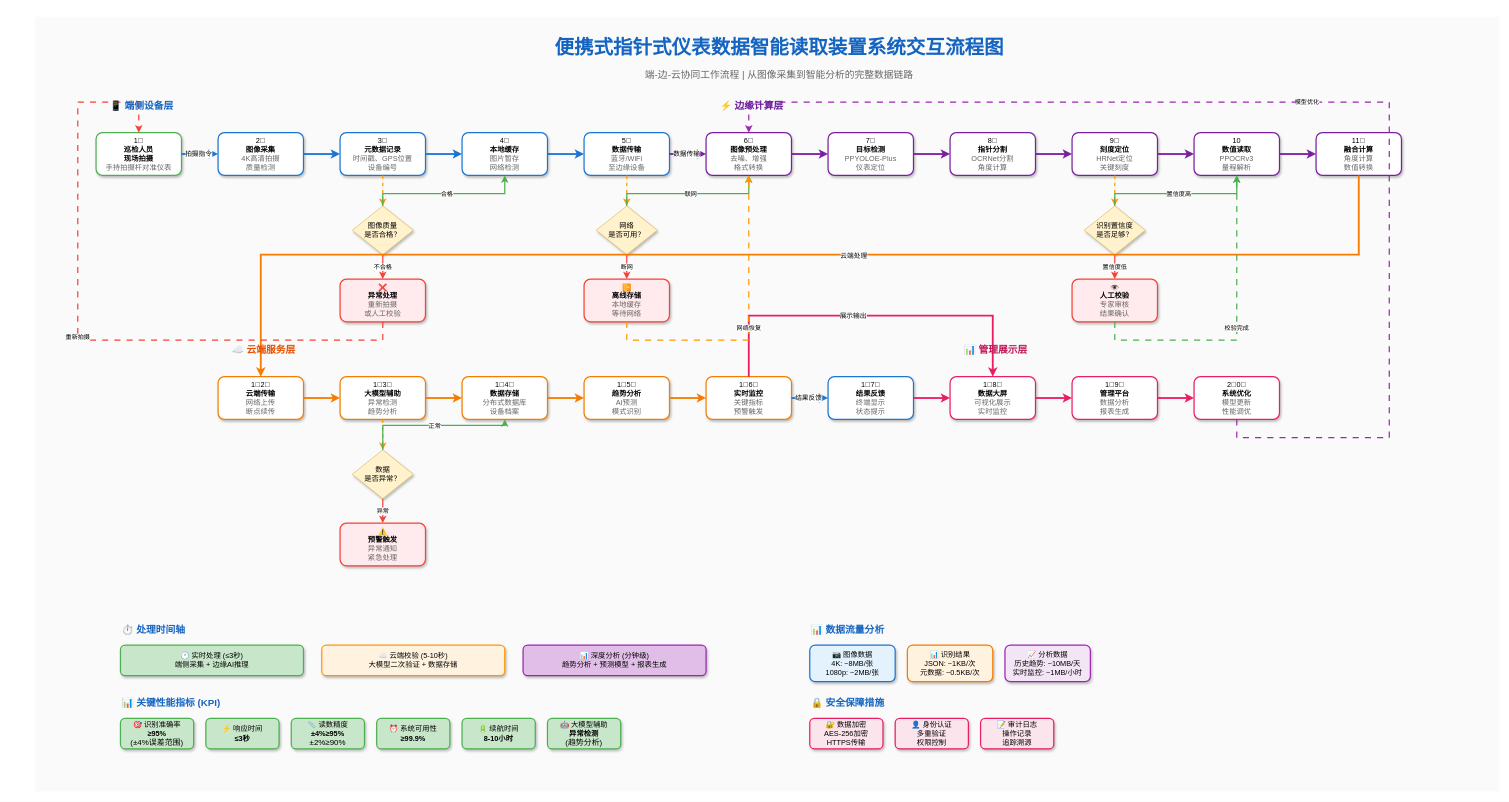
The draw.io diagram draw/system_interaction_flowchart.drawio in aigc-open/ocr-design, before the edit. Source tidied: cells renumbered, new cells numbered last; positions are measured from the earlier drawing's top-left corner, leaving out a move shared by most shapes. Both pictures are drawn from the tidied source at 61%, with x=0, y=0 at pixel (35, 16).
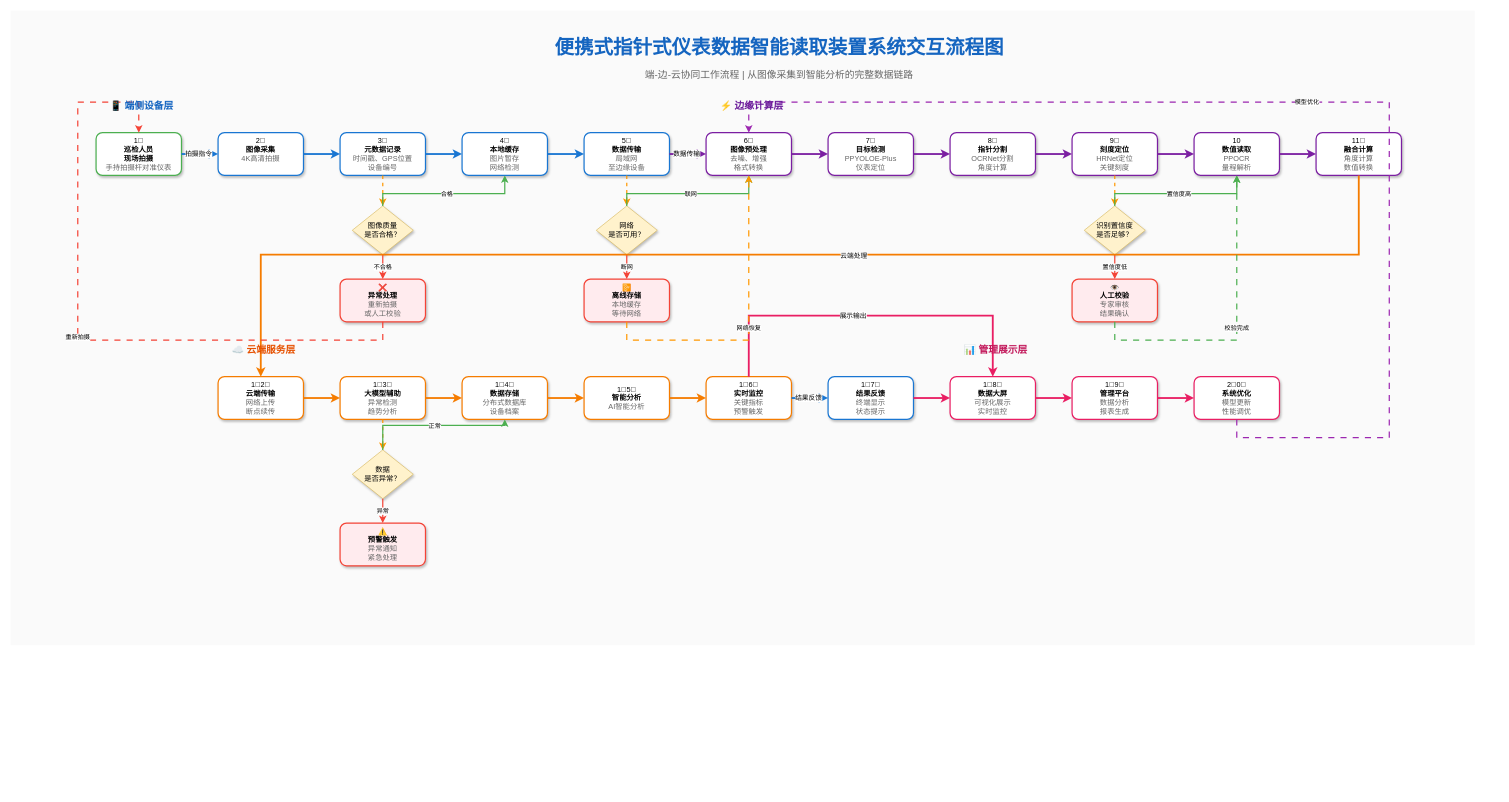
The same page after the edit.

What changed in the source:
```diff
@@
     <mxCell id="2" style="rounded=0;whiteSpace=wrap;html=1;fillColor=#f5f5f5;strokeColor=none;opacity=50;" parent="1" vertex="1">
-      <mxGeometry width="2400" height="1270" as="geometry" />
+      <mxGeometry x="-40" y="-10" width="2400" height="1040" as="geometry" />
     </mxCell>
@@
-    <mxCell id="6" value="2⃣&lt;br&gt;&lt;b&gt;图像采集&lt;/b&gt;&lt;br&gt;&lt;font color=&quot;#666666&quot;&gt;4K高清拍摄&lt;br&gt;质量检测&lt;/font&gt;" style="rounded=1;whiteSpace=wrap;html=1;fillColor=#ffffff;strokeColor=#1976d2;strokeWidth=2;shadow=1;fontFamily=Microsoft YaHei;" parent="1" vertex="1">
+    <mxCell id="6" value="2⃣&lt;br&gt;&lt;b&gt;图像采集&lt;/b&gt;&lt;br&gt;&lt;font color=&quot;#666666&quot;&gt;4K高清拍摄&lt;br&gt;&lt;br&gt;&lt;/font&gt;" style="rounded=1;whiteSpace=wrap;html=1;fillColor=#ffffff;strokeColor=#1976d2;strokeWidth=2;shadow=1;fontFamily=Microsoft YaHei;" parent="1" vertex="1">
       <mxGeometry x="300" y="190" width="140" height="70" as="geometry" />
     </mxCell>
@@
-    <mxCell id="11" value="5⃣&lt;br&gt;&lt;b&gt;数据传输&lt;/b&gt;&lt;br&gt;&lt;font color=&quot;#666666&quot;&gt;蓝牙/WiFi&lt;br&gt;至边缘设备&lt;/font&gt;" style="rounded=1;whiteSpace=wrap;html=1;fillColor=#ffffff;strokeColor=#1976d2;strokeWidth=2;shadow=1;fontFamily=Microsoft YaHei;" parent="1" vertex="1">
+    <mxCell id="11" value="5⃣&lt;br&gt;&lt;b&gt;数据传输&lt;/b&gt;&lt;br&gt;&lt;font color=&quot;#666666&quot;&gt;局域网&lt;br&gt;至边缘设备&lt;/font&gt;" style="rounded=1;whiteSpace=wrap;html=1;fillColor=#ffffff;strokeColor=#1976d2;strokeWidth=2;shadow=1;fontFamily=Microsoft YaHei;" parent="1" vertex="1">
       <mxGeometry x="900" y="190" width="140" height="70" as="geometry" />
     </mxCell>
@@
-    <mxCell id="20" value="10&lt;br&gt;&lt;b&gt;数值读取&lt;/b&gt;&lt;br&gt;&lt;font color=&quot;#666666&quot;&gt;PPOCRv3&lt;br&gt;量程解析&lt;/font&gt;" style="rounded=1;whiteSpace=wrap;html=1;fillColor=#ffffff;strokeColor=#7b1fa2;strokeWidth=2;shadow=1;fontFamily=Microsoft YaHei;" parent="1" vertex="1">
+    <mxCell id="20" value="10&lt;br&gt;&lt;b&gt;数值读取&lt;/b&gt;&lt;br&gt;&lt;font color=&quot;#666666&quot;&gt;PPOCR&lt;br&gt;量程解析&lt;/font&gt;" style="rounded=1;whiteSpace=wrap;html=1;fillColor=#ffffff;strokeColor=#7b1fa2;strokeWidth=2;shadow=1;fontFamily=Microsoft YaHei;" parent="1" vertex="1">
       <mxGeometry x="1900" y="190" width="140" height="70" as="geometry" />
     </mxCell>
@@
-    <mxCell id="27" value="1⃣5⃣&lt;br&gt;&lt;b&gt;趋势分析&lt;/b&gt;&lt;br&gt;&lt;font color=&quot;#666666&quot;&gt;AI预测&lt;br&gt;模式识别&lt;/font&gt;" style="rounded=1;whiteSpace=wrap;html=1;fillColor=#ffffff;strokeColor=#f57c00;strokeWidth=2;shadow=1;fontFamily=Microsoft YaHei;" parent="1" vertex="1">
+    <mxCell id="27" value="1⃣5⃣&lt;br&gt;&lt;b&gt;智能分析&lt;/b&gt;&lt;br&gt;&lt;font color=&quot;#666666&quot;&gt;AI智能分析&lt;br&gt;&lt;/font&gt;" style="rounded=1;whiteSpace=wrap;html=1;fillColor=#ffffff;strokeColor=#f57c00;strokeWidth=2;shadow=1;fontFamily=Microsoft YaHei;" parent="1" vertex="1">
       <mxGeometry x="900" y="590" width="140" height="70" as="geometry" />
     </mxCell>
@@
-    <mxCell id="78" value="⏱️ 处理时间轴" style="text;html=1;strokeColor=none;fillColor=none;align=left;verticalAlign=middle;whiteSpace=wrap;rounded=0;fontSize=16;fontStyle=1;fontColor=#1565c0;fontFamily=Microsoft YaHei;" parent="1" vertex="1">
-      <mxGeometry x="140" y="990" width="150" height="30" as="geometry" />
-    </mxCell>
-    <mxCell id="79" value="🕐 实时处理 (≤3秒)&lt;br&gt;端侧采集 + 边缘AI推理" style="rounded=1;whiteSpace=wrap;html=1;fillColor=#c8e6c9;strokeColor=#4caf50;strokeWidth=2;fontFamily=Microsoft YaHei;shadow=1;" parent="1" vertex="1">
-      <mxGeometry x="140" y="1030" width="300" height="50" as="geometry" />
-    </mxCell>
-    <mxCell id="80" value="☁️ 云端校验 (5-10秒)&lt;br&gt;大模型二次验证 + 数据存储" style="rounded=1;whiteSpace=wrap;html=1;fillColor=#fff3e0;strokeColor=#ff9800;strokeWidth=2;fontFamily=Microsoft YaHei;shadow=1;" parent="1" vertex="1">
-      <mxGeometry x="470" y="1030" width="300" height="50" as="geometry" />
-    </mxCell>
-    <mxCell id="81" value="📊 深度分析 (分钟级)&lt;br&gt;趋势分析 + 预测模型 + 报表生成" style="rounded=1;whiteSpace=wrap;html=1;fillColor=#e1bee7;strokeColor=#9c27b0;strokeWidth=2;fontFamily=Microsoft YaHei;shadow=1;" parent="1" vertex="1">
-      <mxGeometry x="800" y="1030" width="300" height="50" as="geometry" />
-    </mxCell>
-    <mxCell id="82" value="📊 关键性能指标 (KPI)" style="text;html=1;strokeColor=none;fillColor=none;align=left;verticalAlign=middle;whiteSpace=wrap;rounded=0;fontSize=16;fontStyle=1;fontColor=#1565c0;fontFamily=Microsoft YaHei;" parent="1" vertex="1">
-      <mxGeometry x="140" y="1110" width="200" height="30" as="geometry" />
-    </mxCell>
-    <mxCell id="83" value="🎯 识别准确率&lt;br&gt;&lt;b&gt;≥95%&lt;/b&gt;&lt;br&gt;&lt;font size=&quot;2&quot;&gt;(±4%误差范围)&lt;/font&gt;" style="rounded=1;whiteSpace=wrap;html=1;fillColor=#c8e6c9;strokeColor=#4caf50;strokeWidth=2;fontFamily=Microsoft YaHei;shadow=1;" parent="1" vertex="1">
-      <mxGeometry x="140" y="1150" width="120" height="50" as="geometry" />
-    </mxCell>
-    <mxCell id="84" value="⚡ 响应时间&lt;br&gt;&lt;b&gt;≤3秒&lt;/b&gt;" style="rounded=1;whiteSpace=wrap;html=1;fillColor=#c8e6c9;strokeColor=#4caf50;strokeWidth=2;fontFamily=Microsoft YaHei;shadow=1;" parent="1" vertex="1">
-      <mxGeometry x="280" y="1150" width="120" height="50" as="geometry" />
-    </mxCell>
-    <mxCell id="85" value="📏 读数精度&lt;br&gt;&lt;b&gt;±4%≥95%&lt;/b&gt;&lt;br&gt;&lt;font size=&quot;2&quot;&gt;±2%≥90%&lt;/font&gt;" style="rounded=1;whiteSpace=wrap;html=1;fillColor=#c8e6c9;strokeColor=#4caf50;strokeWidth=2;fontFamily=Microsoft YaHei;shadow=1;" parent="1" vertex="1">
-      <mxGeometry x="420" y="1150" width="120" height="50" as="geometry" />
-    </mxCell>
-    <mxCell id="86" value="⏰ 系统可用性&lt;br&gt;&lt;b&gt;≥99.9%&lt;/b&gt;" style="rounded=1;whiteSpace=wrap;html=1;fillColor=#c8e6c9;strokeColor=#4caf50;strokeWidth=2;fontFamily=Microsoft YaHei;shadow=1;" parent="1" vertex="1">
-      <mxGeometry x="560" y="1150" width="120" height="50" as="geometry" />
-    </mxCell>
-    <mxCell id="87" value="🔋 续航时间&lt;br&gt;&lt;b&gt;8-10小时&lt;/b&gt;" style="rounded=1;whiteSpace=wrap;html=1;fillColor=#c8e6c9;strokeColor=#4caf50;strokeWidth=2;fontFamily=Microsoft YaHei;shadow=1;" parent="1" vertex="1">
-      <mxGeometry x="700" y="1150" width="120" height="50" as="geometry" />
-    </mxCell>
-    <mxCell id="88" value="🤖 大模型辅助&lt;br style=&quot;border-color: var(--border-color);&quot;&gt;&lt;b style=&quot;border-color: var(--border-color);&quot;&gt;异常检测&lt;/b&gt;&lt;br style=&quot;border-color: var(--border-color);&quot;&gt;&lt;font style=&quot;border-color: var(--border-color);&quot; size=&quot;2&quot;&gt;(趋势分析)&lt;/font&gt;" style="rounded=1;whiteSpace=wrap;html=1;fillColor=#c8e6c9;strokeColor=#4caf50;strokeWidth=2;fontFamily=Microsoft YaHei;shadow=1;" parent="1" vertex="1">
-      <mxGeometry x="840" y="1150" width="120" height="50" as="geometry" />
-    </mxCell>
-    <mxCell id="89" value="📊 数据流量分析" style="text;html=1;strokeColor=none;fillColor=none;align=left;verticalAlign=middle;whiteSpace=wrap;rounded=0;fontSize=16;fontStyle=1;fontColor=#1565c0;fontFamily=Microsoft YaHei;" parent="1" vertex="1">
-      <mxGeometry x="1270" y="990" width="200" height="30" as="geometry" />
-    </mxCell>
-    <mxCell id="90" value="📷 图像数据&lt;br&gt;4K: ~8MB/张&lt;br&gt;1080p: ~2MB/张" style="rounded=1;whiteSpace=wrap;html=1;fillColor=#e3f2fd;strokeColor=#1976d2;strokeWidth=2;fontFamily=Microsoft YaHei;shadow=1;" parent="1" vertex="1">
-      <mxGeometry x="1270" y="1030" width="140" height="60" as="geometry" />
-    </mxCell>
-    <mxCell id="91" value="📊 识别结果&lt;br&gt;JSON: ~1KB/次&lt;br&gt;元数据: ~0.5KB/次" style="rounded=1;whiteSpace=wrap;html=1;fillColor=#fff3e0;strokeColor=#f57c00;strokeWidth=2;fontFamily=Microsoft YaHei;shadow=1;" parent="1" vertex="1">
-      <mxGeometry x="1430" y="1030" width="140" height="60" as="geometry" />
-    </mxCell>
-    <mxCell id="92" value="📈 分析数据&lt;br&gt;历史趋势: ~10MB/天&lt;br&gt;实时监控: ~1MB/小时" style="rounded=1;whiteSpace=wrap;html=1;fillColor=#f3e5f5;strokeColor=#9c27b0;strokeWidth=2;fontFamily=Microsoft YaHei;shadow=1;" parent="1" vertex="1">
-      <mxGeometry x="1590" y="1030" width="140" height="60" as="geometry" />
-    </mxCell>
-    <mxCell id="93" value="🔒 安全保障措施" style="text;html=1;strokeColor=none;fillColor=none;align=left;verticalAlign=middle;whiteSpace=wrap;rounded=0;fontSize=16;fontStyle=1;fontColor=#1565c0;fontFamily=Microsoft YaHei;" parent="1" vertex="1">
-      <mxGeometry x="1270" y="1110" width="200" height="30" as="geometry" />
-    </mxCell>
-    <mxCell id="94" value="🔐 数据加密&lt;br&gt;AES-256加密&lt;br&gt;HTTPS传输" style="rounded=1;whiteSpace=wrap;html=1;fillColor=#fce4ec;strokeColor=#e91e63;strokeWidth=2;fontFamily=Microsoft YaHei;shadow=1;" parent="1" vertex="1">
-      <mxGeometry x="1270" y="1150" width="120" height="50" as="geometry" />
-    </mxCell>
-    <mxCell id="95" value="👤 身份认证&lt;br&gt;多重验证&lt;br&gt;权限控制" style="rounded=1;whiteSpace=wrap;html=1;fillColor=#fce4ec;strokeColor=#e91e63;strokeWidth=2;fontFamily=Microsoft YaHei;shadow=1;" parent="1" vertex="1">
-      <mxGeometry x="1410" y="1150" width="120" height="50" as="geometry" />
-    </mxCell>
-    <mxCell id="96" value="📝 审计日志&lt;br&gt;操作记录&lt;br&gt;追踪溯源" style="rounded=1;whiteSpace=wrap;html=1;fillColor=#fce4ec;strokeColor=#e91e63;strokeWidth=2;fontFamily=Microsoft YaHei;shadow=1;" parent="1" vertex="1">
-      <mxGeometry x="1550" y="1150" width="120" height="50" as="geometry" />
-    </mxCell>
```
